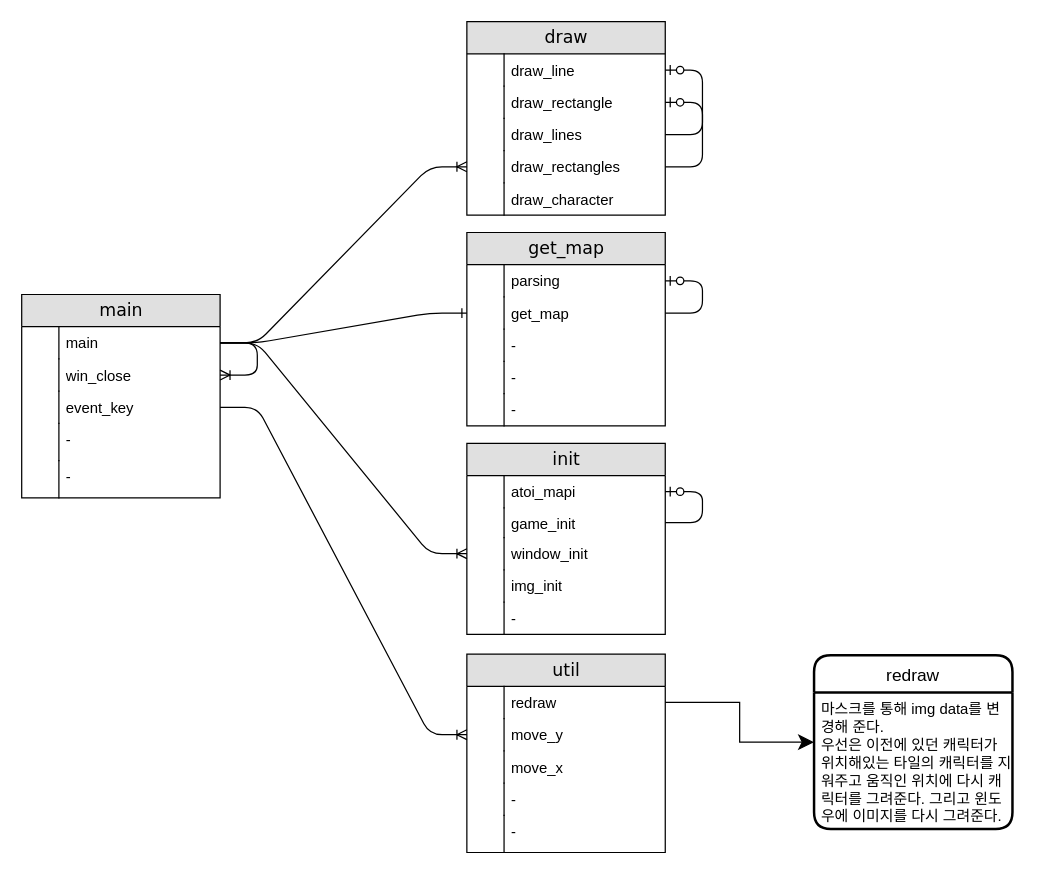
Before: drawio/cub3d.drawio in meong99/42_seoul, a draw.io diagram. Source tidied: cells renumbered, new cells numbered last; positions are measured from the earlier drawing's top-left corner, leaving out a move shared by most shapes. Both pictures are drawn from the tidied source at 124%, with x=0, y=0 at pixel (21, 21).
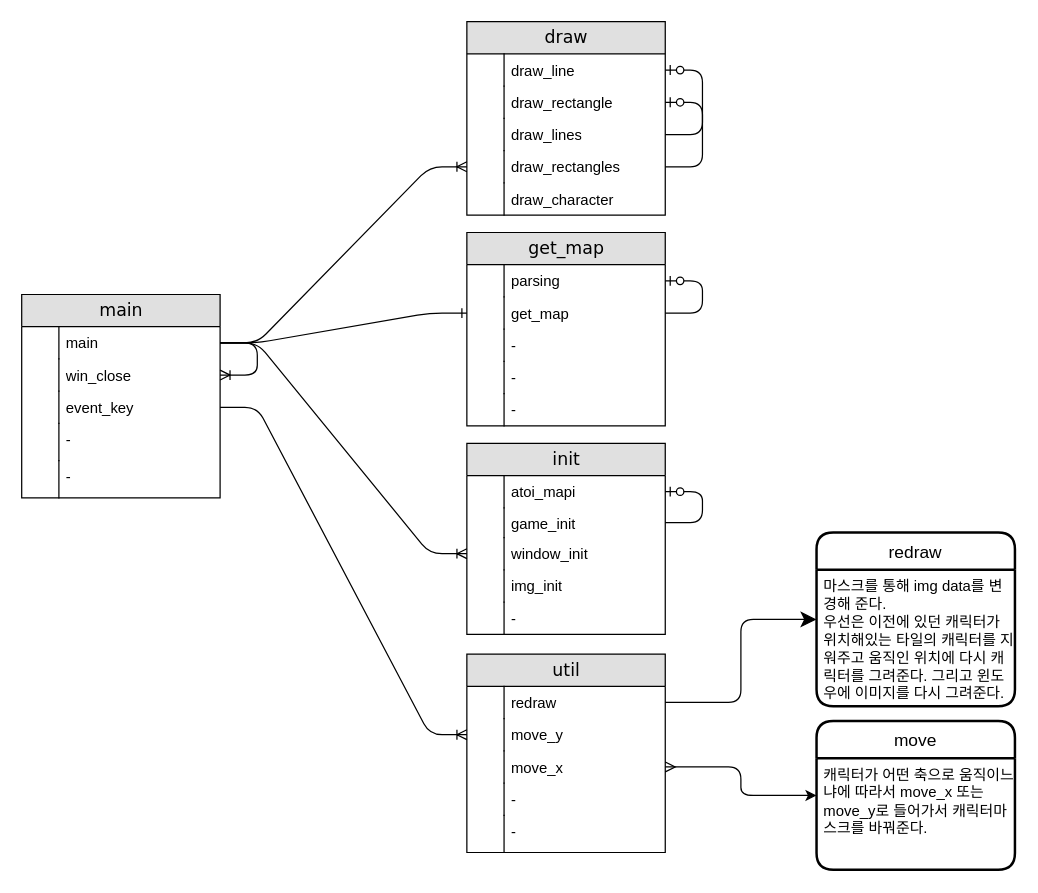
The same diagram, later.

The change refers to these unchanged cells:
```xml
<mxCell id="55" value="redraw" style="shape=partialRectangle;top=0;left=0;right=0;bottom=0;html=1;align=left;verticalAlign=top;fillColor=none;spacingLeft=34;spacingRight=4;whiteSpace=wrap;overflow=hidden;points=[[0,0.5],[1,0.5]];portConstraint=eastwest;" parent="54" vertex="1">
  <mxGeometry y="26" width="160" height="26" as="geometry" />
</mxCell>
<mxCell id="59" value="move_x" style="shape=partialRectangle;top=0;left=0;right=0;bottom=0;html=1;align=left;verticalAlign=top;fillColor=none;spacingLeft=34;spacingRight=4;whiteSpace=wrap;overflow=hidden;points=[[0,0.5],[1,0.5]];portConstraint=eastwest;" parent="54" vertex="1">
  <mxGeometry y="78" width="160" height="26" as="geometry" />
</mxCell>
```

What changed in the source:
```diff
@@
     <mxCell id="65" value="redraw" style="swimlane;horizontal=1;startSize=30;rounded=1;fontSize=14;fontStyle=0;strokeWidth=2;shadow=0;dashed=0;align=center;fillColor=#FFFFFF;" parent="1" vertex="1">
-      <mxGeometry x="639" y="511" width="160" height="140" as="geometry" />
+      <mxGeometry x="641" y="412" width="160" height="140" as="geometry" />
     </mxCell>
@@
-    <mxCell id="67" style="edgeStyle=orthogonalEdgeStyle;rounded=0;jumpStyle=arc;jumpSize=20;jettySize=auto;html=1;exitX=1;exitY=0.5;exitDx=0;exitDy=0;entryX=0;entryY=0.5;entryDx=0;entryDy=0;startSize=7;endSize=10;targetPerimeterSpacing=5;strokeWidth=1;" parent="1" edge="1" source="55" target="65">
+    <mxCell id="67" style="edgeStyle=orthogonalEdgeStyle;rounded=1;jumpStyle=arc;jumpSize=20;jettySize=auto;html=1;exitX=1;exitY=0.5;exitDx=0;exitDy=0;entryX=0;entryY=0.5;entryDx=0;entryDy=0;startSize=7;endSize=10;targetPerimeterSpacing=5;strokeWidth=1;" parent="1" edge="1" source="55" target="65">
       <mxGeometry relative="1" as="geometry" />
     </mxCell>
@@
+    <mxCell id="69" value="move" style="swimlane;horizontal=1;startSize=30;rounded=1;fontSize=14;fontStyle=0;strokeWidth=2;shadow=0;dashed=0;align=center;fillColor=#FFFFFF;" parent="1" vertex="1">
+      <mxGeometry x="641" y="564" width="160" height="120" as="geometry" />
+    </mxCell>
+    <mxCell id="70" value="캐릭터가 어떤 축으로 움직이느냐에 따라서 move_x 또는 move_y로 들어가서 캐릭터마스크를 바꿔준다." style="align=left;strokeColor=none;fillColor=none;spacingLeft=4;fontSize=12;verticalAlign=top;whiteSpace=wrap;" parent="69" vertex="1">
+      <mxGeometry y="30" width="160" height="90" as="geometry" />
+    </mxCell>
+    <mxCell id="71" style="endArrow=classic;html=1;strokeWidth=1;entryX=0;entryY=0.5;entryDx=0;entryDy=0;edgeStyle=orthogonalEdgeStyle;startArrow=ERmany;startFill=0;" parent="1" edge="1" source="59" target="69">
+      <mxGeometry relative="1" as="geometry" />
+    </mxCell>
```
